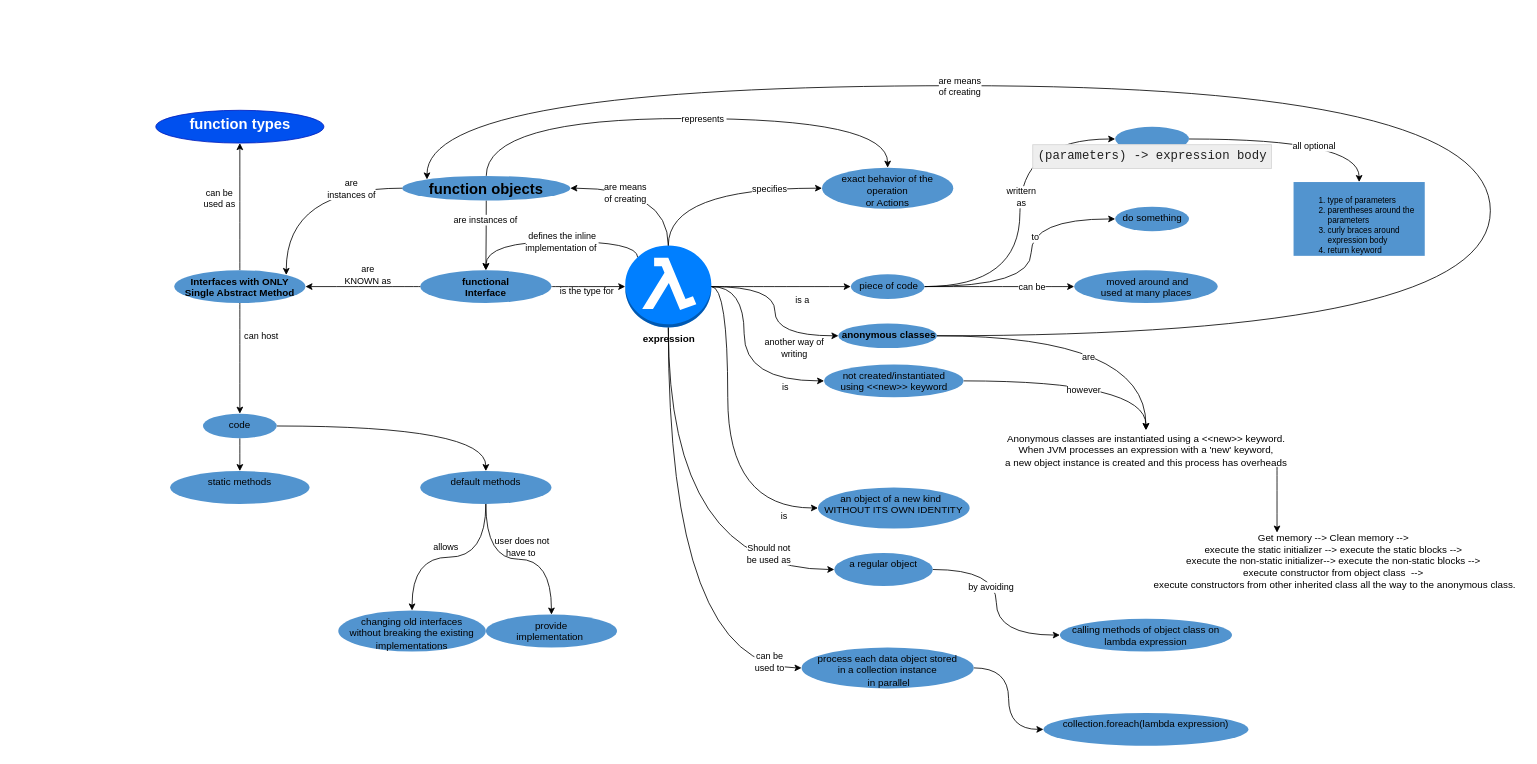
Above: page "Lambda Expressions" (1 of 6) of Java Collection Framework Data Structures.drawio in gaurjain/drawio (draw.io), before the change. Source tidied: cells renumbered, new cells numbered last; positions are measured from the earlier drawing's top-left corner, leaving out a move shared by most shapes. Both pictures are drawn from the tidied source at 82%, with x=0, y=0 at pixel (155, 85).
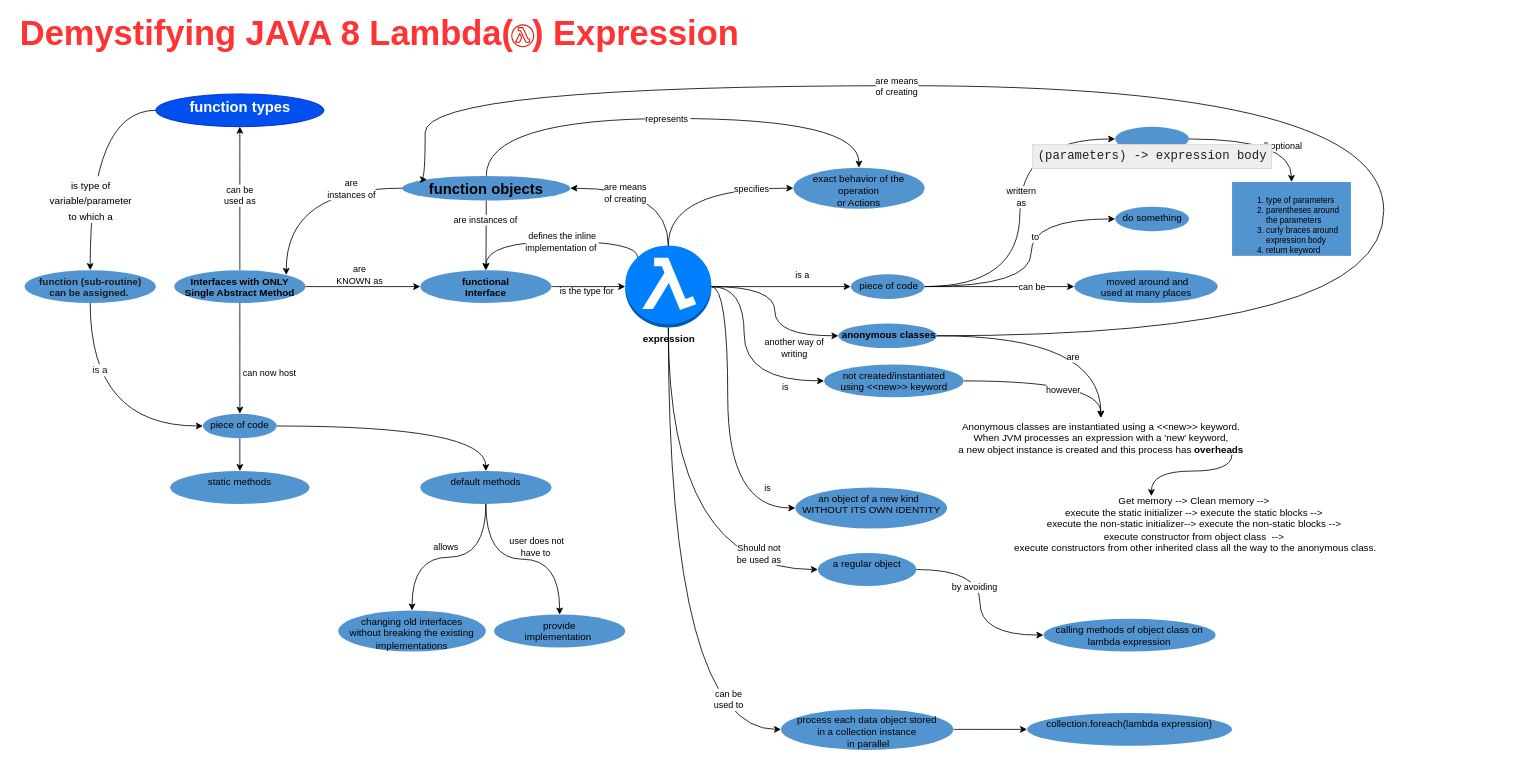
Above is the later version.

Unchanged cells that the change refers to:
```xml
<mxCell id="2" style="edgeStyle=orthogonalEdgeStyle;curved=1;rounded=0;jettySize=auto;html=1;entryX=0;entryY=0.5;entryDx=0;entryDy=0;" parent="1" edge="1" source="10" target="17">
  <mxGeometry relative="1" as="geometry">
    <Array as="points">
      <mxPoint x="698" y="245" />
      <mxPoint x="698" y="515" />
    </Array>
  </mxGeometry>
</mxCell>
<mxCell id="10" value="expression" style="outlineConnect=0;dashed=0;verticalLabelPosition=bottom;verticalAlign=top;align=center;html=1;shape=mxgraph.aws3.lambda_function;gradientColor=none;fillColor=#007FFF;fontStyle=1;" parent="1" vertex="1">
  <mxGeometry x="573" y="195" width="105" height="100" as="geometry" />
</mxCell>
<mxCell id="16" value="functional &lt;br&gt;Interface" style="ellipse;whiteSpace=wrap;html=1;dashed=0;verticalAlign=top;fillColor=#5294CF;labelBackgroundColor=none;strokeColor=none;fontStyle=1;" parent="1" vertex="1">
  <mxGeometry x="323" y="225" width="160" height="40" as="geometry" />
</mxCell>
<mxCell id="30" value="&amp;nbsp;anonymous classes" style="ellipse;whiteSpace=wrap;html=1;dashed=0;verticalAlign=top;fillColor=#5294CF;strokeColor=none;fontStyle=1;" parent="1" vertex="1">
  <mxGeometry x="833" y="290" width="120" height="30" as="geometry" />
</mxCell>
<mxCell id="44" style="edgeStyle=orthogonalEdgeStyle;curved=1;rounded=0;jettySize=auto;html=1;entryX=0;entryY=0.5;entryDx=0;entryDy=0;exitX=1;exitY=0.5;exitDx=0;exitDy=0;exitPerimeter=0;" parent="1" edge="1" source="10" target="43">
  <mxGeometry relative="1" as="geometry" />
</mxCell>
<mxCell id="50" style="edgeStyle=orthogonalEdgeStyle;curved=1;rounded=0;jettySize=auto;html=1;labelBackgroundColor=none;exitX=0.5;exitY=1;exitDx=0;exitDy=0;" parent="1" edge="1" source="52" target="63">
  <mxGeometry relative="1" as="geometry" />
</mxCell>
<mxCell id="53" style="edgeStyle=orthogonalEdgeStyle;curved=1;rounded=0;jettySize=auto;html=1;labelBackgroundColor=none;exitX=0.5;exitY=1;exitDx=0;exitDy=0;" parent="1" edge="1" source="58" target="60">
  <mxGeometry relative="1" as="geometry" />
</mxCell>
<mxCell id="75" value="&lt;font style=&quot;font-size: 18px&quot;&gt;function objects&lt;/font&gt;" style="ellipse;whiteSpace=wrap;html=1;dashed=0;verticalAlign=top;fillColor=#5294CF;strokeColor=none;fontStyle=1;" parent="1" vertex="1">
  <mxGeometry x="301" y="110" width="205" height="30" as="geometry" />
</mxCell>
```

What changed in the source:
```diff
@@
     <mxCell id="3" value="is&amp;nbsp;" style="edgeLabel;html=1;align=center;verticalAlign=middle;" parent="2" vertex="1">
       <mxGeometry x="-0.04" y="-3" relative="1" as="geometry">
-        <mxPoint x="72.9" y="107.1" as="offset" />
+        <mxPoint x="52.9" y="86.2" as="offset" />
       </mxGeometry>
     </mxCell>
@@
     <mxCell id="17" value="an object of a new kind&amp;nbsp;&amp;nbsp;&lt;br&gt;WITHOUT ITS OWN IDENTITY" style="ellipse;whiteSpace=wrap;html=1;dashed=0;verticalAlign=top;fillColor=#5294CF;strokeColor=none;" parent="1" vertex="1">
-      <mxGeometry x="808" y="490" width="185" height="50" as="geometry" />
+      <mxGeometry x="780.5" y="490" width="185" height="50" as="geometry" />
     </mxCell>
-    <mxCell id="18" style="edgeStyle=orthogonalEdgeStyle;curved=1;rounded=0;jettySize=auto;html=1;labelBackgroundColor=#ffffff;exitX=0.944;exitY=0.9;exitDx=0;exitDy=0;exitPerimeter=0;" parent="1" edge="1" source="19" target="67">
+    <mxCell id="18" style="edgeStyle=orthogonalEdgeStyle;curved=1;rounded=0;jettySize=auto;html=1;labelBackgroundColor=#ffffff;exitX=0.944;exitY=0.9;exitDx=0;exitDy=0;exitPerimeter=0;entryX=0.384;entryY=0.008;entryDx=0;entryDy=0;entryPerimeter=0;" parent="1" edge="1" source="19" target="67">
       <mxGeometry relative="1" as="geometry">
         <Array as="points">
-          <mxPoint x="1368" y="545" />
+          <mxPoint x="1313" y="470" />
+          <mxPoint x="1215" y="470" />
         </Array>
       </mxGeometry>
     </mxCell>
-    <mxCell id="19" value="Anonymous classes are instantiated using a &amp;lt;&amp;lt;new&amp;gt;&amp;gt; keyword.&lt;br&gt;When JVM processes an expression with a 'new' keyword, &lt;br&gt;a new object instance is created and this process has overheads&lt;br&gt;" style="text;html=1;align=center;verticalAlign=middle;points=[];" parent="1" vertex="1">
-      <mxGeometry x="1028" y="420" width="360" height="50" as="geometry" />
+    <mxCell id="19" value="Anonymous classes are instantiated using a &amp;lt;&amp;lt;new&amp;gt;&amp;gt; keyword.&lt;br&gt;When JVM processes an expression with a 'new' keyword, &lt;br&gt;a new object instance is created and this process has &lt;b&gt;overheads&lt;/b&gt;" style="text;html=1;align=center;verticalAlign=middle;points=[];" parent="1" vertex="1">
+      <mxGeometry x="973" y="405" width="360" height="50" as="geometry" />
     </mxCell>
@@
     <mxCell id="24" value="process each data object stored &lt;br&gt;in a collection instance&lt;br&gt;&amp;nbsp;in parallel" style="ellipse;whiteSpace=wrap;html=1;dashed=0;verticalAlign=top;fillColor=#5294CF;strokeColor=none;" parent="1" vertex="1">
-      <mxGeometry x="788" y="685" width="210" height="50" as="geometry" />
+      <mxGeometry x="763" y="760" width="210" height="50" as="geometry" />
     </mxCell>
     <mxCell id="25" style="edgeStyle=orthogonalEdgeStyle;rounded=0;jettySize=auto;html=1;curved=1;entryX=0;entryY=0.5;entryDx=0;entryDy=0;exitX=0.5;exitY=1;exitDx=0;exitDy=0;exitPerimeter=0;" parent="1" edge="1" source="10" target="24">
       <mxGeometry relative="1" as="geometry">
         <Array as="points">
-          <mxPoint x="626" y="710" />
+          <mxPoint x="625" y="785" />
         </Array>
       </mxGeometry>
     </mxCell>
     <mxCell id="26" value="can be &lt;br&gt;used to" style="edgeLabel;html=1;align=center;verticalAlign=middle;" parent="25" vertex="1">
       <mxGeometry x="0.26" y="-17" relative="1" as="geometry">
-        <mxPoint x="139.5" y="43.2" as="offset" />
+        <mxPoint x="89.5" y="58.5" as="offset" />
       </mxGeometry>
     </mxCell>
     <mxCell id="27" value="collection.foreach(lambda expression)" style="ellipse;whiteSpace=wrap;html=1;dashed=0;verticalAlign=top;fillColor=#5294CF;strokeColor=none;" parent="1" vertex="1">
-      <mxGeometry x="1083" y="765" width="250" height="40" as="geometry" />
+      <mxGeometry x="1063" y="765" width="250" height="40" as="geometry" />
     </mxCell>
@@
     <mxCell id="33" value="a regular object" style="ellipse;whiteSpace=wrap;html=1;dashed=0;verticalAlign=top;fillColor=#5294CF;strokeColor=none;" parent="1" vertex="1">
-      <mxGeometry x="828" y="570" width="120" height="40" as="geometry" />
+      <mxGeometry x="808" y="570" width="120" height="40" as="geometry" />
     </mxCell>
@@
     <mxCell id="36" value="calling methods of object class on lambda expression" style="ellipse;whiteSpace=wrap;html=1;dashed=0;verticalAlign=top;fillColor=#5294CF;strokeColor=none;" parent="1" vertex="1">
-      <mxGeometry x="1103" y="650" width="210" height="40" as="geometry" />
+      <mxGeometry x="1083" y="650" width="210" height="40" as="geometry" />
     </mxCell>
@@
     <mxCell id="45" value="is a" style="edgeLabel;html=1;align=center;verticalAlign=middle;" parent="44" vertex="1">
       <mxGeometry x="0.22" y="-3" relative="1" as="geometry">
-        <mxPoint x="6.5" y="12" as="offset" />
+        <mxPoint x="6" y="-18" as="offset" />
       </mxGeometry>
     </mxCell>
@@
     <mxCell id="51" value="user does not &lt;br&gt;have to&amp;nbsp;" style="edgeLabel;html=1;align=center;verticalAlign=middle;labelBackgroundColor=none;" parent="50" vertex="1">
       <mxGeometry x="0.05" y="-4" relative="1" as="geometry">
-        <mxPoint x="-2.4" y="-19" as="offset" />
+        <mxPoint x="10.5" y="-19" as="offset" />
       </mxGeometry>
     </mxCell>
@@
-    <mxCell id="54" value="can host" style="edgeLabel;html=1;align=center;verticalAlign=middle;labelBackgroundColor=none;" parent="53" vertex="1">
+    <mxCell id="54" value="can now host" style="edgeLabel;html=1;align=center;verticalAlign=middle;labelBackgroundColor=none;" parent="53" vertex="1">
       <mxGeometry x="-0.18" relative="1" as="geometry">
-        <mxPoint x="25" y="-15.3" as="offset" />
+        <mxPoint x="35" y="29.7" as="offset" />
       </mxGeometry>
     </mxCell>
-    <mxCell id="55" style="edgeStyle=orthogonalEdgeStyle;curved=1;rounded=0;jettySize=auto;html=1;labelBackgroundColor=none;entryX=1;entryY=0.5;entryDx=0;entryDy=0;exitX=0;exitY=0.5;exitDx=0;exitDy=0;" parent="1" edge="1" source="16" target="58">
+    <mxCell id="55" style="edgeStyle=orthogonalEdgeStyle;curved=1;rounded=0;jettySize=auto;html=1;labelBackgroundColor=none;exitX=1;exitY=0.5;exitDx=0;exitDy=0;entryX=0;entryY=0.5;entryDx=0;entryDy=0;" parent="1" edge="1" source="58" target="16">
       <mxGeometry relative="1" as="geometry" />
     </mxCell>
     <mxCell id="56" value="are &lt;br&gt;KNOWN as" style="edgeLabel;html=1;align=center;verticalAlign=middle;labelBackgroundColor=none;" parent="55" vertex="1">
       <mxGeometry x="-0.21" relative="1" as="geometry">
-        <mxPoint x="-9.7" y="-15" as="offset" />
+        <mxPoint x="10" y="-15" as="offset" />
       </mxGeometry>
     </mxCell>
     <mxCell id="57" value="can be &lt;br&gt;used as" style="edgeStyle=orthogonalEdgeStyle;curved=1;rounded=0;jettySize=auto;html=1;entryX=0.5;entryY=1;entryDx=0;entryDy=0;" parent="1" edge="1" source="58" target="78">
-      <mxGeometry x="0.12" y="25" relative="1" as="geometry" />
+      <mxGeometry x="0.04" relative="1" as="geometry" />
     </mxCell>
-    <mxCell id="58" value="Interfaces with ONLY&lt;br&gt;Single Abstract Method" style="ellipse;whiteSpace=wrap;html=1;dashed=0;verticalAlign=top;fillColor=#5294CF;labelBackgroundColor=none;strokeColor=none;fontStyle=1;" parent="1" vertex="1">
+    <mxCell id="58" value="Interfaces with ONLY&lt;br&gt;Single Abstract Method" style="ellipse;whiteSpace=wrap;html=1;dashed=0;verticalAlign=top;labelBackgroundColor=none;strokeColor=none;fontStyle=1;fillColor=#5294CF;" parent="1" vertex="1">
       <mxGeometry x="23" y="225" width="160" height="40" as="geometry" />
     </mxCell>
@@
-    <mxCell id="60" value="code" style="ellipse;whiteSpace=wrap;html=1;dashed=0;verticalAlign=top;fillColor=#5294CF;labelBackgroundColor=none;strokeColor=none;" parent="1" vertex="1">
+    <mxCell id="60" value="piece of code" style="ellipse;whiteSpace=wrap;html=1;dashed=0;verticalAlign=top;fillColor=#5294CF;labelBackgroundColor=none;strokeColor=none;" parent="1" vertex="1">
       <mxGeometry x="58" y="400" width="90" height="30" as="geometry" />
     </mxCell>
@@
     <mxCell id="63" value="provide &lt;br&gt;implementation&amp;nbsp;" style="ellipse;whiteSpace=wrap;html=1;dashed=0;verticalAlign=top;fillColor=#5294CF;labelBackgroundColor=none;strokeColor=none;" parent="1" vertex="1">
-      <mxGeometry x="403" y="645" width="160" height="40" as="geometry" />
+      <mxGeometry x="413" y="645" width="160" height="40" as="geometry" />
     </mxCell>
@@
     <mxCell id="67" value="Get memory --&amp;gt;&amp;nbsp;Clean memory --&amp;gt;&amp;nbsp;&lt;br&gt;execute the static initializer --&amp;gt; execute the static blocks --&amp;gt;&amp;nbsp;&lt;br&gt;execute the non-static initializer--&amp;gt; execute the non-static blocks --&amp;gt;&amp;nbsp;&lt;br&gt;execute constructor from object class&amp;nbsp; --&amp;gt;&amp;nbsp;&lt;br&gt;execute constructors from other inherited class all the way to the anonymous class." style="text;html=1;align=center;verticalAlign=middle;points=[];" parent="1" vertex="1">
-      <mxGeometry x="1208" y="545" width="460" height="70" as="geometry" />
+      <mxGeometry x="1038" y="500" width="460" height="70" as="geometry" />
     </mxCell>
     <mxCell id="68" value="&lt;ol style=&quot;font-size: 10px&quot;&gt;&lt;li&gt;type of parameters&lt;/li&gt;&lt;li&gt;parentheses around the parameters&lt;/li&gt;&lt;li&gt;curly braces around expression body&lt;/li&gt;&lt;li&gt;return keyword&lt;/li&gt;&lt;/ol&gt;" style="whiteSpace=wrap;html=1;dashed=0;verticalAlign=top;strokeColor=none;fillColor=#5294CF;align=left;" parent="1" vertex="1">
-      <mxGeometry x="1388" y="117.5" width="160" height="90" as="geometry" />
+      <mxGeometry x="1313" y="117.5" width="145" height="90" as="geometry" />
     </mxCell>
     <mxCell id="69" value="&lt;span style=&quot;font-weight: normal&quot;&gt;exact behavior of the operation &lt;br&gt;or Actions&lt;/span&gt;" style="ellipse;whiteSpace=wrap;html=1;dashed=0;verticalAlign=top;fillColor=#5294CF;labelBackgroundColor=none;strokeColor=none;fontStyle=1;" parent="1" vertex="1">
-      <mxGeometry x="813" y="100" width="160" height="50" as="geometry" />
+      <mxGeometry x="778" y="100" width="160" height="50" as="geometry" />
     </mxCell>
@@
     <mxCell id="72" style="edgeStyle=orthogonalEdgeStyle;curved=1;rounded=0;jettySize=auto;html=1;entryX=0.5;entryY=0;entryDx=0;entryDy=0;exitX=0.5;exitY=0;exitDx=0;exitDy=0;" parent="1" edge="1" source="75" target="69">
       <mxGeometry relative="1" as="geometry">
         <Array as="points">
           <mxPoint x="403" y="40" />
-          <mxPoint x="893" y="40" />
+          <mxPoint x="858" y="40" />
         </Array>
       </mxGeometry>
     </mxCell>
     <mxCell id="73" value="represents&amp;nbsp;" style="edgeLabel;html=1;align=center;verticalAlign=middle;" parent="72" vertex="1">
       <mxGeometry x="-0.17" y="-4" relative="1" as="geometry">
-        <mxPoint x="77.5" y="-4" as="offset" />
+        <mxPoint x="47.5" y="-4" as="offset" />
       </mxGeometry>
     </mxCell>
@@
+    <mxCell id="81" style="edgeStyle=orthogonalEdgeStyle;rounded=0;jettySize=auto;html=1;fontSize=16;curved=1;entryX=0.5;entryY=0;entryDx=0;entryDy=0;exitX=0;exitY=0.5;exitDx=0;exitDy=0;" parent="1" edge="1" source="78" target="86">
+      <mxGeometry relative="1" as="geometry" />
+    </mxCell>
+    <mxCell id="82" value="&lt;span style=&quot;font-size: 12px ; background-color: rgb(248 , 249 , 250)&quot;&gt;is type of &lt;br&gt;variable/parameter &lt;br&gt;to which a&lt;/span&gt;" style="edgeLabel;html=1;align=center;verticalAlign=middle;fontSize=16;" parent="81" vertex="1">
+      <mxGeometry x="-0.03" y="-17" relative="1" as="geometry">
+        <mxPoint x="17" y="55.7" as="offset" />
+      </mxGeometry>
+    </mxCell>
     <mxCell id="78" value="&lt;font style=&quot;font-size: 18px&quot;&gt;function types&lt;/font&gt;" style="ellipse;whiteSpace=wrap;html=1;dashed=0;verticalAlign=top;fillColor=#0050ef;strokeColor=#001DBC;fontStyle=1;fontColor=#ffffff;" parent="1" vertex="1">
-      <mxGeometry x="0.5" y="30" width="205" height="40" as="geometry" />
+      <mxGeometry x="0.5" y="10" width="205" height="40" as="geometry" />
     </mxCell>
     <mxCell id="79" style="edgeStyle=orthogonalEdgeStyle;curved=1;rounded=0;jettySize=auto;html=1;exitX=1;exitY=0.5;exitDx=0;exitDy=0;entryX=0;entryY=0;entryDx=0;entryDy=0;" parent="1" edge="1" source="30" target="75">
       <mxGeometry relative="1" as="geometry">
         <Array as="points">
-          <mxPoint x="1628" y="305" />
-          <mxPoint x="1628" />
-          <mxPoint x="331" />
+          <mxPoint x="1498" y="305" />
+          <mxPoint x="1498" />
+          <mxPoint x="329" />
         </Array>
       </mxGeometry>
     </mxCell>
@@
+    <mxCell id="83" value="&lt;b&gt;&lt;font style=&quot;font-size: 42px&quot; color=&quot;#ff3333&quot;&gt;Demystifying JAVA 8 Lambda(&amp;nbsp; ) Expression&lt;/font&gt;&lt;/b&gt;" style="text;html=1;align=center;verticalAlign=middle;fontSize=16;" parent="1" vertex="1">
+      <mxGeometry x="-172" y="-77.8" width="890" height="30" as="geometry" />
+    </mxCell>
+    <mxCell id="84" style="edgeStyle=orthogonalEdgeStyle;curved=1;rounded=0;jettySize=auto;html=1;fontSize=16;fontColor=#1A1A1A;entryX=0;entryY=0.5;entryDx=0;entryDy=0;exitX=0.5;exitY=1;exitDx=0;exitDy=0;" parent="1" edge="1" source="86" target="60">
+      <mxGeometry relative="1" as="geometry" />
+    </mxCell>
+    <mxCell id="85" value="is a&amp;nbsp;" style="edgeLabel;html=1;align=center;verticalAlign=middle;fontSize=12;fontColor=#1A1A1A;" parent="84" vertex="1">
+      <mxGeometry x="-0.44" y="13" relative="1" as="geometry" />
+    </mxCell>
+    <mxCell id="86" value="function (sub-routine) &lt;br&gt;can be assigned.&amp;nbsp;" style="ellipse;whiteSpace=wrap;html=1;dashed=0;verticalAlign=top;fontStyle=1;strokeColor=none;fillColor=#5294CF;fontColor=#1A1A1A;" parent="1" vertex="1">
+      <mxGeometry x="-159.5" y="225" width="160" height="40" as="geometry" />
+    </mxCell>
+    <mxCell id="87" style="fontColor=#ffffff;fillColor=#e51400;dashed=0;verticalLabelPosition=bottom;verticalAlign=top;align=center;html=1;fontSize=12;fontStyle=0;shape=mxgraph.aws4.lambda_function;strokeColor=#B20000;" parent="1" vertex="1">
+      <mxGeometry x="434" y="-74.8" width="28" height="28" as="geometry" />
+    </mxCell>
```
